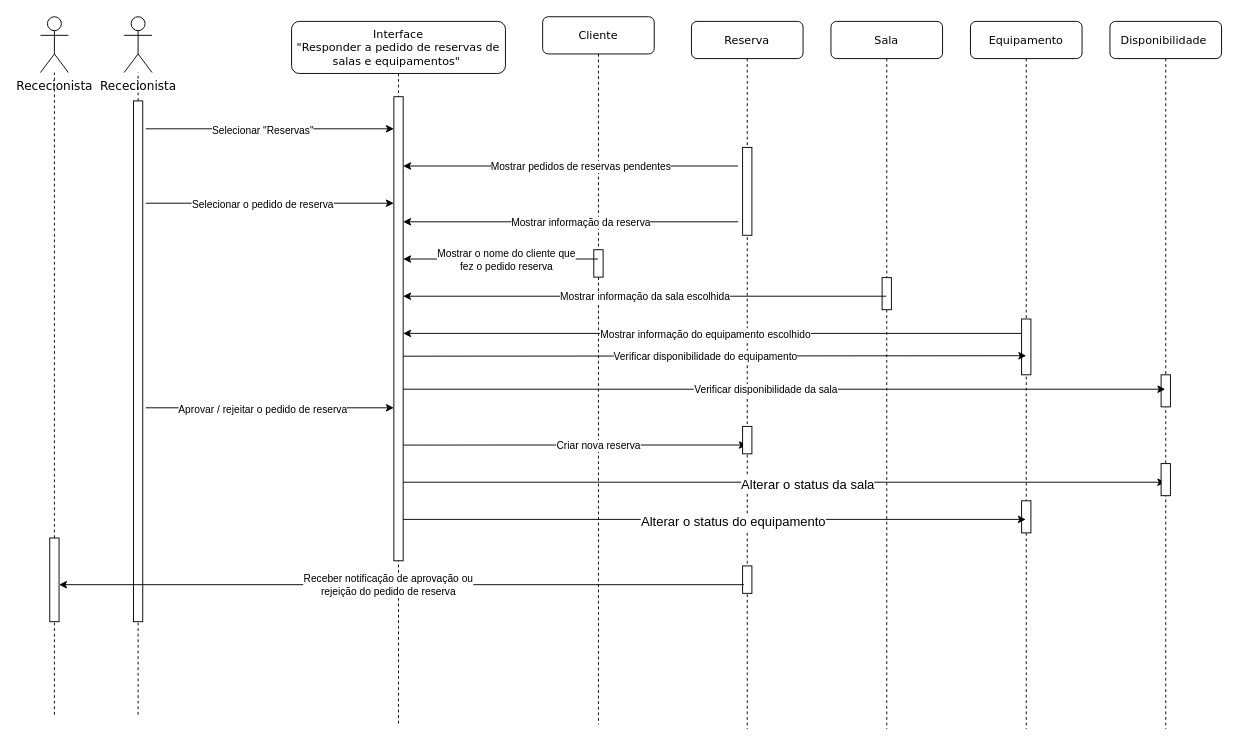
The draw.io diagram page "Diagrama de Sequência" (2 of 2) of Responder a pedido de reservas.drawio in ic3K1ng/Rooms-Equipments, before the edit. Source tidied: cells renumbered, new cells numbered last; positions are measured from the earlier drawing's top-left corner, leaving out a move shared by most shapes. Both pictures are drawn from the tidied source at 93%, with x=0, y=0 at pixel (40, 17).
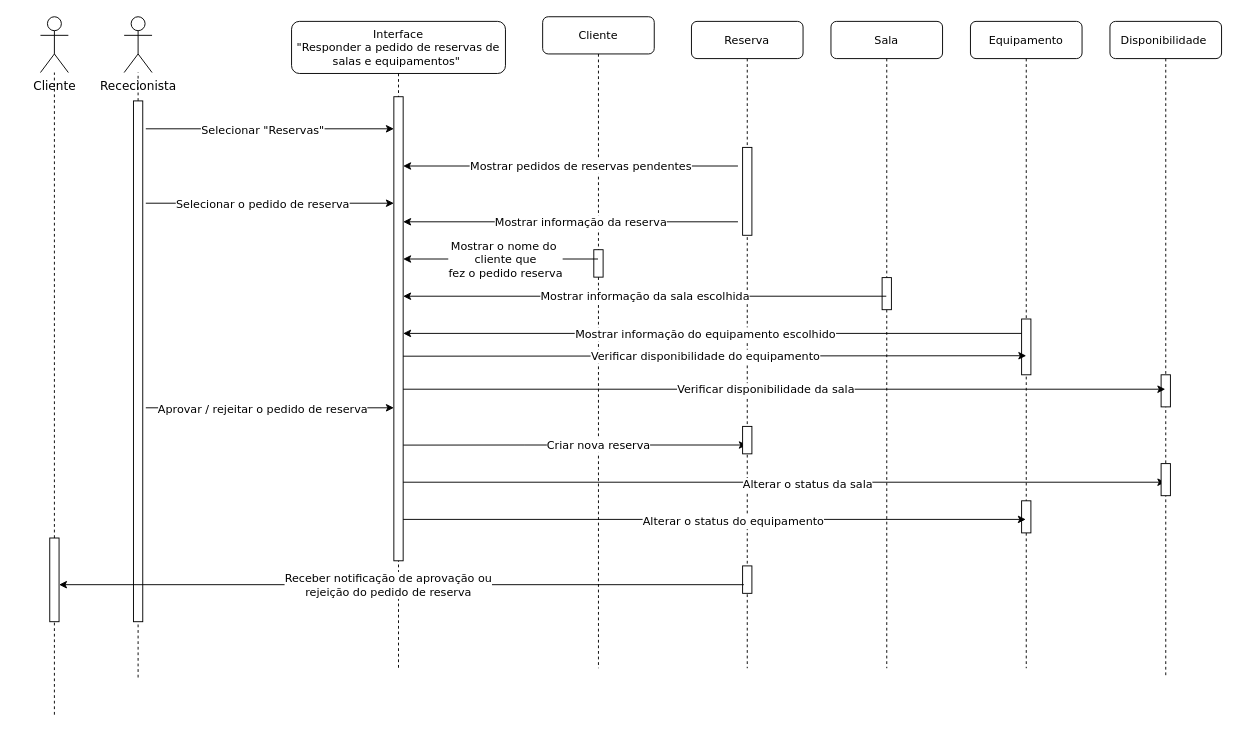
The same page after the edit.

The change refers to these unchanged cells:
```xml
<mxCell id="4" style="endArrow=classic;html=1;rounded=0;exitX=1.026;exitY=0.388;exitDx=0;exitDy=0;exitPerimeter=0;labelBackgroundColor=none;fontColor=default;startArrow=none;startFill=0;endFill=1;" parent="2" edge="1" target="15">
  <mxGeometry relative="1" as="geometry">
    <mxPoint x="-150" y="460.6" as="sourcePoint" />
    <Array as="points">
      <mxPoint x="-20" y="460.5" />
    </Array>
  </mxGeometry>
</mxCell>
<mxCell id="8" style="endArrow=classic;html=1;rounded=0;labelBackgroundColor=none;fontColor=default;entryX=-0.333;entryY=0.098;entryDx=0;entryDy=0;entryPerimeter=0;" parent="6" edge="1">
  <mxGeometry relative="1" as="geometry">
    <mxPoint x="-156.7" y="195.5" as="sourcePoint" />
    <mxPoint x="110" y="195.5" as="targetPoint" />
  </mxGeometry>
</mxCell>
<mxCell id="10" style="endArrow=none;html=1;rounded=0;exitX=1.429;exitY=0.162;exitDx=0;exitDy=0;exitPerimeter=0;startArrow=classic;startFill=1;endFill=0;" parent="6" edge="1" target="2">
  <mxGeometry relative="1" as="geometry">
    <mxPoint x="120" y="255.5" as="sourcePoint" />
  </mxGeometry>
</mxCell>
<mxCell id="12" style="endArrow=classic;html=1;rounded=0;labelBackgroundColor=none;fontColor=default;entryX=-0.333;entryY=0.098;entryDx=0;entryDy=0;entryPerimeter=0;" parent="6" edge="1">
  <mxGeometry relative="1" as="geometry">
    <mxPoint x="-156.7" y="415.5" as="sourcePoint" />
    <mxPoint x="110" y="415.5" as="targetPoint" />
  </mxGeometry>
</mxCell>
<mxCell id="17" style="endArrow=none;html=1;rounded=0;exitX=1.429;exitY=0.162;exitDx=0;exitDy=0;exitPerimeter=0;startArrow=classic;startFill=1;endFill=0;" parent="15" edge="1" target="27">
  <mxGeometry relative="1" as="geometry">
    <mxPoint x="-310" y="335.5" as="sourcePoint" />
  </mxGeometry>
</mxCell>
<mxCell id="20" style="endArrow=none;html=1;rounded=0;labelBackgroundColor=none;fontColor=default;entryX=1.36;entryY=0.139;entryDx=0;entryDy=0;entryPerimeter=0;startArrow=classic;startFill=1;endFill=0;fontSize=18;" parent="15" edge="1" source="24">
  <mxGeometry x="-0.02" y="-32" relative="1" as="geometry">
    <mxPoint x="-310" y="495.5" as="targetPoint" />
  </mxGeometry>
</mxCell>
<mxCell id="31" style="html=1;points=[];perimeter=orthogonalPerimeter;rounded=0;shadow=0;comic=0;labelBackgroundColor=none;strokeWidth=1;fontFamily=Verdana;fontSize=12;align=center;" parent="1" vertex="1">
  <mxGeometry x="100" y="90" width="10" height="560" as="geometry" />
</mxCell>
<mxCell id="34" style="endArrow=classic;html=1;rounded=0;exitX=1.429;exitY=0.162;exitDx=0;exitDy=0;exitPerimeter=0;startArrow=none;startFill=0;endFill=1;" parent="32" edge="1">
  <mxGeometry relative="1" as="geometry">
    <mxPoint x="-460" y="360" as="sourcePoint" />
    <mxPoint x="210" y="359.5" as="targetPoint" />
  </mxGeometry>
</mxCell>
<mxCell id="36" style="endArrow=none;html=1;rounded=0;labelBackgroundColor=none;fontColor=default;entryX=1.36;entryY=0.139;entryDx=0;entryDy=0;entryPerimeter=0;startArrow=classic;startFill=1;endFill=0;fontSize=18;" parent="32" edge="1" source="27">
  <mxGeometry x="-0.02" y="-32" relative="1" as="geometry">
    <mxPoint x="-460" y="535.5" as="targetPoint" />
  </mxGeometry>
</mxCell>
<mxCell id="39" style="endArrow=none;html=1;rounded=0;exitX=1.429;exitY=0.162;exitDx=0;exitDy=0;exitPerimeter=0;startArrow=classic;startFill=1;endFill=0;" parent="1" edge="1">
  <mxGeometry relative="1" as="geometry">
    <mxPoint x="390" y="160" as="sourcePoint" />
    <mxPoint x="750" y="160" as="targetPoint" />
  </mxGeometry>
</mxCell>
<mxCell id="41" style="endArrow=classic;html=1;rounded=0;labelBackgroundColor=none;fontColor=default;entryX=-0.333;entryY=0.098;entryDx=0;entryDy=0;entryPerimeter=0;" parent="1" edge="1">
  <mxGeometry relative="1" as="geometry">
    <mxPoint x="113.3" y="120" as="sourcePoint" />
    <mxPoint x="380" y="120" as="targetPoint" />
  </mxGeometry>
</mxCell>
<mxCell id="43" style="endArrow=none;html=1;rounded=0;exitX=1.429;exitY=0.162;exitDx=0;exitDy=0;exitPerimeter=0;startArrow=classic;startFill=1;endFill=0;" parent="1" edge="1">
  <mxGeometry relative="1" as="geometry">
    <mxPoint x="390" y="220" as="sourcePoint" />
    <mxPoint x="750" y="220" as="targetPoint" />
  </mxGeometry>
</mxCell>
<mxCell id="45" style="endArrow=none;html=1;rounded=0;exitX=1.429;exitY=0.162;exitDx=0;exitDy=0;exitPerimeter=0;startArrow=classic;startFill=1;endFill=0;" parent="1" edge="1">
  <mxGeometry relative="1" as="geometry">
    <mxPoint x="390" y="300" as="sourcePoint" />
    <mxPoint x="909.5" y="300" as="targetPoint" />
  </mxGeometry>
</mxCell>
<mxCell id="47" style="endArrow=classic;html=1;rounded=0;exitX=1.429;exitY=0.162;exitDx=0;exitDy=0;exitPerimeter=0;startArrow=none;startFill=0;endFill=1;" parent="1" edge="1">
  <mxGeometry relative="1" as="geometry">
    <mxPoint x="390" y="400" as="sourcePoint" />
    <mxPoint x="1209.5" y="400" as="targetPoint" />
  </mxGeometry>
</mxCell>
<mxCell id="49" style="endArrow=none;html=1;rounded=0;startArrow=classic;startFill=1;endFill=0;entryX=0.133;entryY=0.684;entryDx=0;entryDy=0;entryPerimeter=0;" parent="1" edge="1" source="54" target="22">
  <mxGeometry relative="1" as="geometry" />
</mxCell>
```

The edit, as a diff of the source:
```diff
@@
     <mxCell id="2" value="Cliente" style="shape=umlLifeline;perimeter=lifelinePerimeter;whiteSpace=wrap;html=1;outlineConnect=0;rounded=1;shadow=0;comic=0;labelBackgroundColor=none;strokeWidth=1;fontFamily=Verdana;fontSize=12;align=center;" parent="1" vertex="1">
-      <mxGeometry x="540" y="-0.5" width="120" height="761" as="geometry" />
+      <mxGeometry x="540" y="-0.5" width="120" height="700.5" as="geometry" />
     </mxCell>
@@
-    <mxCell id="5" value="Criar nova reserva" style="edgeLabel;html=1;align=center;verticalAlign=middle;labelBackgroundColor=default;fontColor=default;labelBorderColor=none;textShadow=0;" parent="4" vertex="1">
+    <mxCell id="5" value="Criar nova reserva" style="edgeLabel;html=1;align=center;verticalAlign=middle;labelBackgroundColor=default;fontColor=default;labelBorderColor=none;textShadow=0;fontSize=12;fontFamily=Verdana;" parent="4" vertex="1">
       <mxGeometry x="-0.21" y="-1" relative="1" as="geometry">
         <mxPoint x="64" y="-1" as="offset" />
       </mxGeometry>
     </mxCell>
     <mxCell id="6" value="Interface&lt;div style=&quot;font-size: 12px;&quot;&gt;&quot;Responder a pedido de reservas de salas e equipamentos&quot;&amp;nbsp;&lt;/div&gt;" style="shape=umlLifeline;perimeter=lifelinePerimeter;whiteSpace=wrap;html=1;rounded=1;shadow=0;comic=0;labelBackgroundColor=none;strokeWidth=1;fontFamily=Verdana;fontSize=12;align=center;size=56;" parent="1" vertex="1">
-      <mxGeometry x="270" y="4.5" width="230" height="755.5" as="geometry" />
+      <mxGeometry x="270" y="4.5" width="230" height="695.5" as="geometry" />
     </mxCell>
@@
-    <mxCell id="9" value="Selecionar o pedido de reserva" style="edgeLabel;html=1;align=center;verticalAlign=middle;" parent="8" vertex="1">
+    <mxCell id="9" value="Selecionar o pedido de reserva" style="edgeLabel;html=1;align=center;verticalAlign=middle;fontSize=12;fontFamily=Verdana;" parent="8" vertex="1">
       <mxGeometry x="-0.06" y="-1" relative="1" as="geometry" />
     </mxCell>
@@
-    <mxCell id="11" value="Mostrar o nome do cliente que&lt;div&gt;fez o pedido reserva&lt;/div&gt;" style="edgeLabel;html=1;align=center;verticalAlign=middle;" parent="10" vertex="1">
+    <mxCell id="11" value="Mostrar o nome do&amp;nbsp;&lt;div&gt;cliente que&lt;div style=&quot;font-size: 12px;&quot;&gt;fez o pedido reserva&lt;/div&gt;&lt;/div&gt;" style="edgeLabel;html=1;align=center;verticalAlign=middle;fontSize=12;fontFamily=Verdana;" parent="10" vertex="1">
       <mxGeometry x="-0.13" y="-1" relative="1" as="geometry">
-        <mxPoint x="19" y="-1" as="offset" />
+        <mxPoint x="18" y="-1" as="offset" />
       </mxGeometry>
     </mxCell>
@@
-    <mxCell id="13" value="Aprovar / rejeitar o pedido de reserva" style="edgeLabel;html=1;align=center;verticalAlign=middle;" parent="12" vertex="1">
+    <mxCell id="13" value="Aprovar / rejeitar o pedido de reserva" style="edgeLabel;html=1;align=center;verticalAlign=middle;fontSize=12;fontFamily=Verdana;" parent="12" vertex="1">
       <mxGeometry x="-0.06" y="-1" relative="1" as="geometry" />
     </mxCell>
@@
     <mxCell id="15" value="Reserva" style="shape=umlLifeline;perimeter=lifelinePerimeter;whiteSpace=wrap;html=1;outlineConnect=0;rounded=1;shadow=0;comic=0;labelBackgroundColor=none;strokeWidth=1;fontFamily=Verdana;fontSize=12;align=center;" parent="1" vertex="1">
-      <mxGeometry x="700" y="4.5" width="120" height="761" as="geometry" />
+      <mxGeometry x="700" y="4.5" width="120" height="695.5" as="geometry" />
     </mxCell>
@@
-    <mxCell id="18" value="Mostrar informação do equipamento escolhido" style="edgeLabel;html=1;align=center;verticalAlign=middle;" parent="17" vertex="1">
+    <mxCell id="18" value="Mostrar informação do equipamento escolhido" style="edgeLabel;html=1;align=center;verticalAlign=middle;fontSize=12;fontFamily=Verdana;" parent="17" vertex="1">
       <mxGeometry x="-0.13" y="-1" relative="1" as="geometry">
         <mxPoint x="33" y="-1" as="offset" />
       </mxGeometry>
     </mxCell>
@@
-    <mxCell id="21" value="&lt;span style=&quot;font-size: 14px;&quot;&gt;Alterar o status da sala&lt;/span&gt;" style="edgeLabel;html=1;align=center;verticalAlign=middle;" parent="20" vertex="1">
+    <mxCell id="21" value="&lt;span style=&quot;font-size: 12px;&quot;&gt;Alterar o status da sala&lt;/span&gt;" style="edgeLabel;html=1;align=center;verticalAlign=middle;fontSize=12;fontFamily=Verdana;" parent="20" vertex="1">
       <mxGeometry x="-0.07" relative="1" as="geometry">
         <mxPoint x="-4" y="2" as="offset" />
       </mxGeometry>
     </mxCell>
@@
     <mxCell id="24" value="Disponibilidade&amp;nbsp;" style="shape=umlLifeline;perimeter=lifelinePerimeter;whiteSpace=wrap;html=1;outlineConnect=0;rounded=1;shadow=0;comic=0;labelBackgroundColor=none;strokeWidth=1;fontFamily=Verdana;fontSize=12;align=center;" parent="1" vertex="1">
-      <mxGeometry x="1150" y="4.5" width="120" height="761" as="geometry" />
+      <mxGeometry x="1150" y="4.5" width="120" height="705.5" as="geometry" />
     </mxCell>
@@
     <mxCell id="27" value="Equipamento" style="shape=umlLifeline;perimeter=lifelinePerimeter;whiteSpace=wrap;html=1;outlineConnect=0;rounded=1;shadow=0;comic=0;labelBackgroundColor=none;strokeWidth=1;fontFamily=Verdana;fontSize=12;align=center;" parent="1" vertex="1">
-      <mxGeometry x="1000" y="4.5" width="120" height="761" as="geometry" />
+      <mxGeometry x="1000" y="4.5" width="120" height="695.5" as="geometry" />
     </mxCell>
@@
     <mxCell id="30" style="endArrow=none;dashed=1;html=1;rounded=0;" parent="1" edge="1" target="31">
       <mxGeometry relative="1" as="geometry">
-        <mxPoint x="105" y="750" as="sourcePoint" />
+        <mxPoint x="105" y="710" as="sourcePoint" />
+        <Array as="points">
+          <mxPoint x="105" y="700" />
+        </Array>
       </mxGeometry>
     </mxCell>
@@
     <mxCell id="32" value="Sala" style="shape=umlLifeline;perimeter=lifelinePerimeter;whiteSpace=wrap;html=1;rounded=1;shadow=0;comic=0;labelBackgroundColor=none;strokeWidth=1;fontFamily=Verdana;fontSize=12;align=center;" parent="1" vertex="1">
-      <mxGeometry x="850" y="4.5" width="120" height="761" as="geometry" />
+      <mxGeometry x="850" y="4.5" width="120" height="695.5" as="geometry" />
     </mxCell>
@@
-    <mxCell id="35" value="Verificar disponibilidade do equipamento" style="edgeLabel;html=1;align=center;verticalAlign=middle;" parent="34" vertex="1">
+    <mxCell id="35" value="Verificar disponibilidade do equipamento" style="edgeLabel;html=1;align=center;verticalAlign=middle;fontSize=12;fontFamily=Verdana;" parent="34" vertex="1">
       <mxGeometry x="-0.13" y="-1" relative="1" as="geometry">
         <mxPoint x="33" y="-1" as="offset" />
       </mxGeometry>
     </mxCell>
@@
-    <mxCell id="37" value="&lt;span style=&quot;font-size: 14px;&quot;&gt;Alterar o status do equipamento&lt;/span&gt;" style="edgeLabel;html=1;align=center;verticalAlign=middle;" parent="36" vertex="1">
+    <mxCell id="37" value="&lt;span style=&quot;font-size: 12px;&quot;&gt;Alterar o status do equipamento&lt;/span&gt;" style="edgeLabel;html=1;align=center;verticalAlign=middle;fontSize=12;fontFamily=Verdana;" parent="36" vertex="1">
       <mxGeometry x="-0.07" relative="1" as="geometry">
         <mxPoint x="-4" y="2" as="offset" />
       </mxGeometry>
     </mxCell>
@@
-    <mxCell id="40" value="Mostrar pedidos de reservas pendentes" style="edgeLabel;html=1;align=center;verticalAlign=middle;" parent="39" vertex="1">
+    <mxCell id="40" value="Mostrar pedidos de reservas pendentes" style="edgeLabel;html=1;align=center;verticalAlign=middle;fontSize=12;fontFamily=Verdana;" parent="39" vertex="1">
       <mxGeometry x="-0.13" y="-1" relative="1" as="geometry">
         <mxPoint x="33" y="-1" as="offset" />
       </mxGeometry>
     </mxCell>
@@
-    <mxCell id="42" value="Selecionar &quot;Reservas&quot;" style="edgeLabel;html=1;align=center;verticalAlign=middle;" parent="41" vertex="1">
+    <mxCell id="42" value="Selecionar &quot;Reservas&quot;" style="edgeLabel;html=1;align=center;verticalAlign=middle;fontSize=12;fontFamily=Verdana;" parent="41" vertex="1">
       <mxGeometry x="-0.06" y="-1" relative="1" as="geometry" />
     </mxCell>
@@
-    <mxCell id="44" value="Mostrar informação da reserva" style="edgeLabel;html=1;align=center;verticalAlign=middle;" parent="43" vertex="1">
+    <mxCell id="44" value="Mostrar informação da reserva" style="edgeLabel;html=1;align=center;verticalAlign=middle;fontSize=12;fontFamily=Verdana;" parent="43" vertex="1">
       <mxGeometry x="-0.13" y="-1" relative="1" as="geometry">
         <mxPoint x="33" y="-1" as="offset" />
       </mxGeometry>
     </mxCell>
@@
-    <mxCell id="46" value="Mostrar informação da sala escolhida" style="edgeLabel;html=1;align=center;verticalAlign=middle;" parent="45" vertex="1">
+    <mxCell id="46" value="Mostrar informação da sala escolhida" style="edgeLabel;html=1;align=center;verticalAlign=middle;fontSize=12;fontFamily=Verdana;" parent="45" vertex="1">
       <mxGeometry x="-0.13" y="-1" relative="1" as="geometry">
         <mxPoint x="33" y="-1" as="offset" />
       </mxGeometry>
     </mxCell>
@@
-    <mxCell id="48" value="Verificar disponibilidade da sala" style="edgeLabel;html=1;align=center;verticalAlign=middle;" parent="47" vertex="1">
+    <mxCell id="48" value="Verificar disponibilidade da sala" style="edgeLabel;html=1;align=center;verticalAlign=middle;fontSize=12;fontFamily=Verdana;" parent="47" vertex="1">
       <mxGeometry x="-0.13" y="-1" relative="1" as="geometry">
         <mxPoint x="33" y="-1" as="offset" />
       </mxGeometry>
     </mxCell>
@@
-    <mxCell id="50" value="Receber notificação de aprovação ou&lt;div&gt;rejeição do pedido de reserva&lt;/div&gt;" style="edgeLabel;html=1;align=center;verticalAlign=middle;" parent="49" vertex="1">
+    <mxCell id="50" value="Receber notificação de aprovação ou&lt;div style=&quot;font-size: 12px;&quot;&gt;rejeição do pedido de reserva&lt;/div&gt;" style="edgeLabel;html=1;align=center;verticalAlign=middle;fontSize=12;fontFamily=Verdana;" parent="49" vertex="1">
       <mxGeometry x="-0.13" y="-1" relative="1" as="geometry">
         <mxPoint x="33" y="-1" as="offset" />
       </mxGeometry>
     </mxCell>
-    <mxCell id="51" value="&lt;font face=&quot;Verdana&quot; style=&quot;font-size: 13px;&quot;&gt;Rececionista&lt;/font&gt;" style="shape=umlActor;html=1;verticalLabelPosition=bottom;verticalAlign=top;align=center;" parent="1" vertex="1">
+    <mxCell id="51" value="&lt;font face=&quot;Verdana&quot; style=&quot;font-size: 13px;&quot;&gt;Cliente&lt;/font&gt;" style="shape=umlActor;html=1;verticalLabelPosition=bottom;verticalAlign=top;align=center;" parent="1" vertex="1">
       <mxGeometry y="-0.5" width="30" height="60" as="geometry" />
     </mxCell>
```
